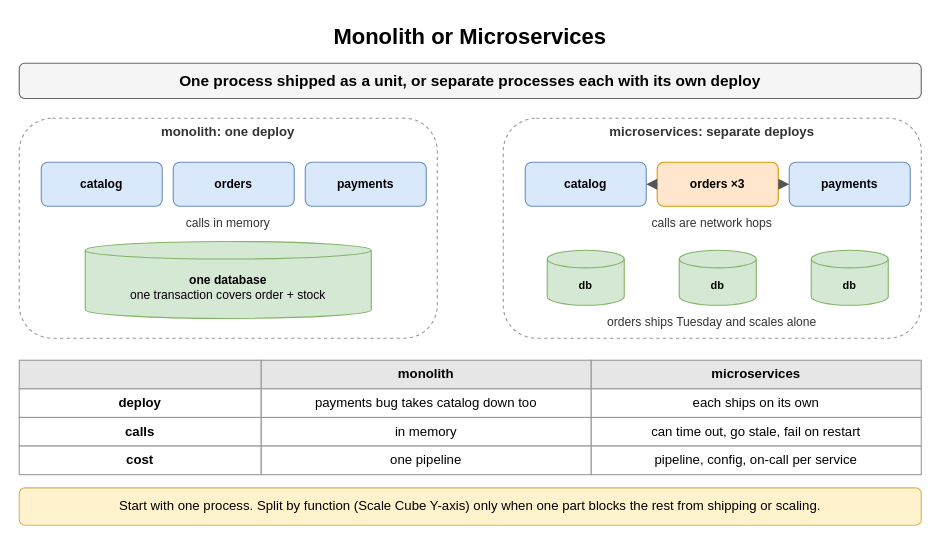
The draw.io diagram page "Monolith or Microservices" (1 of 9) of content/09_System_Design_Interview/12_Microservices_and_System_Decomposition/diagrams/microservices.drawio in amendez13/swe-study-guide, before the edit. Source tidied: cells renumbered, new cells numbered last; positions are measured from the earlier drawing's top-left corner, leaving out a move shared by most shapes. Both pictures are drawn from the tidied source at 110%, with x=0, y=0 at pixel (19, 19).
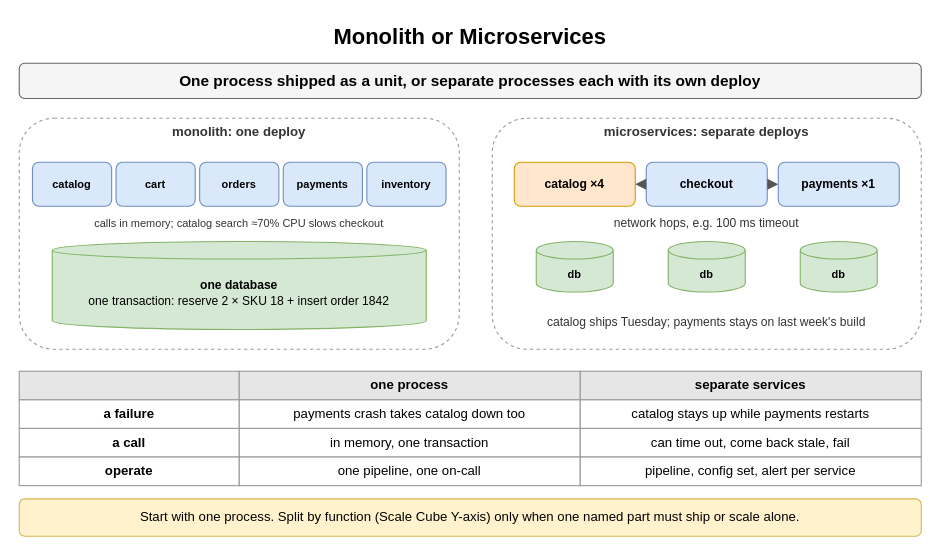
The same page after the edit.

Commit message (it also covers changes not shown here):
docs(sdi): redraw microservices diagrams to match the online-store cards

What changed in the source:
```diff
@@
     <mxCell id="4" style="rounded=1;whiteSpace=wrap;html=1;fillColor=#ffffff;strokeColor=#999999;dashed=1;" parent="1" vertex="1">
-      <mxGeometry y="90" width="380" height="200" as="geometry" />
+      <mxGeometry y="90" width="400" height="210" as="geometry" />
     </mxCell>
     <mxCell id="5" value="monolith: one deploy" style="text;html=1;whiteSpace=wrap;fontSize=11;align=center;verticalAlign=middle;fontSize=12;fontColor=#333333;fontStyle=1;" parent="1" vertex="1">
-      <mxGeometry y="94" width="380" height="18" as="geometry" />
+      <mxGeometry y="94" width="400" height="18" as="geometry" />
     </mxCell>
-    <mxCell id="6" value="catalog" style="rounded=1;whiteSpace=wrap;html=1;fillColor=#dae8fc;strokeColor=#6c8ebf;fontSize=11;align=center;fontStyle=1;" parent="1" vertex="1">
-      <mxGeometry x="20" y="130" width="110" height="40" as="geometry" />
+    <mxCell id="6" value="catalog" style="rounded=1;whiteSpace=wrap;html=1;fillColor=#dae8fc;strokeColor=#6c8ebf;fontSize=10;align=center;fontStyle=1;" parent="1" vertex="1">
+      <mxGeometry x="12" y="130" width="72" height="40" as="geometry" />
     </mxCell>
-    <mxCell id="7" value="orders" style="rounded=1;whiteSpace=wrap;html=1;fillColor=#dae8fc;strokeColor=#6c8ebf;fontSize=11;align=center;fontStyle=1;" parent="1" vertex="1">
-      <mxGeometry x="140" y="130" width="110" height="40" as="geometry" />
+    <mxCell id="7" value="cart" style="rounded=1;whiteSpace=wrap;html=1;fillColor=#dae8fc;strokeColor=#6c8ebf;fontSize=10;align=center;fontStyle=1;" parent="1" vertex="1">
+      <mxGeometry x="88" y="130" width="72" height="40" as="geometry" />
     </mxCell>
-    <mxCell id="8" value="payments" style="rounded=1;whiteSpace=wrap;html=1;fillColor=#dae8fc;strokeColor=#6c8ebf;fontSize=11;align=center;fontStyle=1;" parent="1" vertex="1">
-      <mxGeometry x="260" y="130" width="110" height="40" as="geometry" />
+    <mxCell id="8" value="orders" style="rounded=1;whiteSpace=wrap;html=1;fillColor=#dae8fc;strokeColor=#6c8ebf;fontSize=10;align=center;fontStyle=1;" parent="1" vertex="1">
+      <mxGeometry x="164" y="130" width="72" height="40" as="geometry" />
     </mxCell>
-    <mxCell id="9" value="calls in memory" style="text;html=1;whiteSpace=wrap;fontSize=11;align=center;verticalAlign=middle;fontSize=11;fontColor=#333333;" parent="1" vertex="1">
-      <mxGeometry x="20" y="176" width="340" height="18" as="geometry" />
+    <mxCell id="9" value="payments" style="rounded=1;whiteSpace=wrap;html=1;fillColor=#dae8fc;strokeColor=#6c8ebf;fontSize=10;align=center;fontStyle=1;" parent="1" vertex="1">
+      <mxGeometry x="240" y="130" width="72" height="40" as="geometry" />
     </mxCell>
-    <mxCell id="10" value="one database&lt;br&gt;&lt;span style='font-weight:normal'&gt;one transaction covers order + stock&lt;/span&gt;" style="shape=cylinder3;whiteSpace=wrap;html=1;boundedLbl=1;backgroundOutline=1;size=8;fillColor=#d5e8d4;strokeColor=#82b366;fontStyle=1;fontSize=11;" parent="1" vertex="1">
-      <mxGeometry x="60" y="202" width="260" height="70" as="geometry" />
+    <mxCell id="10" value="inventory" style="rounded=1;whiteSpace=wrap;html=1;fillColor=#dae8fc;strokeColor=#6c8ebf;fontSize=10;align=center;fontStyle=1;" parent="1" vertex="1">
+      <mxGeometry x="316" y="130" width="72" height="40" as="geometry" />
     </mxCell>
-    <mxCell id="11" style="rounded=1;whiteSpace=wrap;html=1;fillColor=#ffffff;strokeColor=#999999;dashed=1;" parent="1" vertex="1">
-      <mxGeometry x="440" y="90" width="380" height="200" as="geometry" />
+    <mxCell id="11" value="calls in memory; catalog search ≈70% CPU slows checkout" style="text;html=1;whiteSpace=wrap;fontSize=11;align=center;verticalAlign=middle;fontSize=10;fontColor=#333333;" parent="1" vertex="1">
+      <mxGeometry x="12" y="176" width="376" height="18" as="geometry" />
     </mxCell>
-    <mxCell id="12" value="microservices: separate deploys" style="text;html=1;whiteSpace=wrap;fontSize=11;align=center;verticalAlign=middle;fontSize=12;fontColor=#333333;fontStyle=1;" parent="1" vertex="1">
-      <mxGeometry x="440" y="94" width="380" height="18" as="geometry" />
+    <mxCell id="12" value="one database&lt;br&gt;&lt;span style='font-weight:normal'&gt;one transaction: reserve 2 × SKU 18 + insert order 1842&lt;/span&gt;" style="shape=cylinder3;whiteSpace=wrap;html=1;boundedLbl=1;backgroundOutline=1;size=8;fillColor=#d5e8d4;strokeColor=#82b366;fontStyle=1;fontSize=11;" parent="1" vertex="1">
+      <mxGeometry x="30" y="202" width="340" height="80" as="geometry" />
     </mxCell>
-    <mxCell id="13" value="catalog" style="rounded=1;whiteSpace=wrap;html=1;fillColor=#dae8fc;strokeColor=#6c8ebf;fontSize=11;align=center;fontStyle=1;" parent="1" vertex="1">
-      <mxGeometry x="460" y="130" width="110" height="40" as="geometry" />
+    <mxCell id="13" style="rounded=1;whiteSpace=wrap;html=1;fillColor=#ffffff;strokeColor=#999999;dashed=1;" parent="1" vertex="1">
+      <mxGeometry x="430" y="90" width="390" height="210" as="geometry" />
     </mxCell>
-    <mxCell id="14" value="orders ×3" style="rounded=1;whiteSpace=wrap;html=1;fillColor=#ffe6cc;strokeColor=#d79b00;fontSize=11;align=center;fontStyle=1;" parent="1" vertex="1">
-      <mxGeometry x="580" y="130" width="110" height="40" as="geometry" />
+    <mxCell id="14" value="microservices: separate deploys" style="text;html=1;whiteSpace=wrap;fontSize=11;align=center;verticalAlign=middle;fontSize=12;fontColor=#333333;fontStyle=1;" parent="1" vertex="1">
+      <mxGeometry x="430" y="94" width="390" height="18" as="geometry" />
     </mxCell>
-    <mxCell id="15" value="payments" style="rounded=1;whiteSpace=wrap;html=1;fillColor=#dae8fc;strokeColor=#6c8ebf;fontSize=11;align=center;fontStyle=1;" parent="1" vertex="1">
-      <mxGeometry x="700" y="130" width="110" height="40" as="geometry" />
+    <mxCell id="15" value="catalog ×4" style="rounded=1;whiteSpace=wrap;html=1;fillColor=#ffe6cc;strokeColor=#d79b00;fontSize=11;align=center;fontStyle=1;" parent="1" vertex="1">
+      <mxGeometry x="450" y="130" width="110" height="40" as="geometry" />
     </mxCell>
-    <mxCell id="16" style="endArrow=block;endSize=6;html=1;strokeWidth=1.5;strokeColor=#555555;fontSize=11;labelBackgroundColor=#ffffff;dashed=1;" parent="1" edge="1" source="14" target="13">
-      <mxGeometry relative="1" as="geometry" />
+    <mxCell id="16" value="checkout" style="rounded=1;whiteSpace=wrap;html=1;fillColor=#dae8fc;strokeColor=#6c8ebf;fontSize=11;align=center;fontStyle=1;" parent="1" vertex="1">
+      <mxGeometry x="570" y="130" width="110" height="40" as="geometry" />
     </mxCell>
-    <mxCell id="17" style="endArrow=block;endSize=6;html=1;strokeWidth=1.5;strokeColor=#555555;fontSize=11;labelBackgroundColor=#ffffff;dashed=1;" parent="1" edge="1" source="14" target="15">
-      <mxGeometry relative="1" as="geometry" />
+    <mxCell id="17" value="payments ×1" style="rounded=1;whiteSpace=wrap;html=1;fillColor=#dae8fc;strokeColor=#6c8ebf;fontSize=11;align=center;fontStyle=1;" parent="1" vertex="1">
+      <mxGeometry x="690" y="130" width="110" height="40" as="geometry" />
     </mxCell>
-    <mxCell id="18" value="calls are network hops" style="text;html=1;whiteSpace=wrap;fontSize=11;align=center;verticalAlign=middle;fontSize=11;fontColor=#333333;" parent="1" vertex="1">
-      <mxGeometry x="460" y="176" width="340" height="18" as="geometry" />
+    <mxCell id="18" style="endArrow=block;endSize=6;html=1;strokeWidth=1.5;strokeColor=#555555;fontSize=11;labelBackgroundColor=#ffffff;dashed=1;" parent="1" edge="1" source="16" target="15">
+      <mxGeometry relative="1" as="geometry" />
     </mxCell>
-    <mxCell id="19" value="db" style="shape=cylinder3;whiteSpace=wrap;html=1;boundedLbl=1;backgroundOutline=1;size=8;fillColor=#d5e8d4;strokeColor=#82b366;fontStyle=1;fontSize=10;" parent="1" vertex="1">
-      <mxGeometry x="480" y="210" width="70" height="50" as="geometry" />
+    <mxCell id="19" style="endArrow=block;endSize=6;html=1;strokeWidth=1.5;strokeColor=#555555;fontSize=11;labelBackgroundColor=#ffffff;dashed=1;" parent="1" edge="1" source="16" target="17">
+      <mxGeometry relative="1" as="geometry" />
     </mxCell>
-    <mxCell id="20" value="db" style="shape=cylinder3;whiteSpace=wrap;html=1;boundedLbl=1;backgroundOutline=1;size=8;fillColor=#d5e8d4;strokeColor=#82b366;fontStyle=1;fontSize=10;" parent="1" vertex="1">
-      <mxGeometry x="600" y="210" width="70" height="50" as="geometry" />
+    <mxCell id="20" value="network hops, e.g. 100 ms timeout" style="text;html=1;whiteSpace=wrap;fontSize=11;align=center;verticalAlign=middle;fontSize=11;fontColor=#333333;" parent="1" vertex="1">
+      <mxGeometry x="450" y="176" width="350" height="18" as="geometry" />
     </mxCell>
     <mxCell id="21" value="db" style="shape=cylinder3;whiteSpace=wrap;html=1;boundedLbl=1;backgroundOutline=1;size=8;fillColor=#d5e8d4;strokeColor=#82b366;fontStyle=1;fontSize=10;" parent="1" vertex="1">
-      <mxGeometry x="720" y="210" width="70" height="50" as="geometry" />
+      <mxGeometry x="470" y="202" width="70" height="46" as="geometry" />
     </mxCell>
-    <mxCell id="22" value="orders ships Tuesday and scales alone" style="text;html=1;whiteSpace=wrap;fontSize=11;align=center;verticalAlign=middle;fontSize=11;fontColor=#333333;" parent="1" vertex="1">
-      <mxGeometry x="460" y="266" width="340" height="18" as="geometry" />
+    <mxCell id="22" value="db" style="shape=cylinder3;whiteSpace=wrap;html=1;boundedLbl=1;backgroundOutline=1;size=8;fillColor=#d5e8d4;strokeColor=#82b366;fontStyle=1;fontSize=10;" parent="1" vertex="1">
+      <mxGeometry x="590" y="202" width="70" height="46" as="geometry" />
     </mxCell>
-    <mxCell id="23" style="whiteSpace=wrap;html=1;fillColor=#e6e6e6;strokeColor=#999999;fontStyle=1;fontSize=12;" parent="1" vertex="1">
-      <mxGeometry y="310" width="220" height="26" as="geometry" />
+    <mxCell id="23" value="db" style="shape=cylinder3;whiteSpace=wrap;html=1;boundedLbl=1;backgroundOutline=1;size=8;fillColor=#d5e8d4;strokeColor=#82b366;fontStyle=1;fontSize=10;" parent="1" vertex="1">
+      <mxGeometry x="710" y="202" width="70" height="46" as="geometry" />
     </mxCell>
-    <mxCell id="24" value="monolith" style="whiteSpace=wrap;html=1;fillColor=#e6e6e6;strokeColor=#999999;fontStyle=1;fontSize=12;" parent="1" vertex="1">
-      <mxGeometry x="220" y="310" width="300" height="26" as="geometry" />
+    <mxCell id="24" value="catalog ships Tuesday; payments stays on last week's build" style="text;html=1;whiteSpace=wrap;fontSize=11;align=center;verticalAlign=middle;fontSize=11;fontColor=#333333;" parent="1" vertex="1">
+      <mxGeometry x="440" y="260" width="370" height="30" as="geometry" />
     </mxCell>
-    <mxCell id="25" value="microservices" style="whiteSpace=wrap;html=1;fillColor=#e6e6e6;strokeColor=#999999;fontStyle=1;fontSize=12;" parent="1" vertex="1">
-      <mxGeometry x="520" y="310" width="300" height="26" as="geometry" />
+    <mxCell id="25" style="whiteSpace=wrap;html=1;fillColor=#e6e6e6;strokeColor=#999999;fontStyle=1;fontSize=12;" parent="1" vertex="1">
+      <mxGeometry y="320" width="200" height="26" as="geometry" />
     </mxCell>
-    <mxCell id="26" value="deploy" style="whiteSpace=wrap;html=1;strokeColor=#999999;fontSize=12;fillColor=#ffffff;fontStyle=1;" parent="1" vertex="1">
-      <mxGeometry y="336" width="220" height="26" as="geometry" />
+    <mxCell id="26" value="one process" style="whiteSpace=wrap;html=1;fillColor=#e6e6e6;strokeColor=#999999;fontStyle=1;fontSize=12;" parent="1" vertex="1">
+      <mxGeometry x="200" y="320" width="310" height="26" as="geometry" />
     </mxCell>
-    <mxCell id="27" value="payments bug takes catalog down too" style="whiteSpace=wrap;html=1;strokeColor=#999999;fontSize=12;fillColor=#ffffff;" parent="1" vertex="1">
-      <mxGeometry x="220" y="336" width="300" height="26" as="geometry" />
+    <mxCell id="27" value="separate services" style="whiteSpace=wrap;html=1;fillColor=#e6e6e6;strokeColor=#999999;fontStyle=1;fontSize=12;" parent="1" vertex="1">
+      <mxGeometry x="510" y="320" width="310" height="26" as="geometry" />
     </mxCell>
-    <mxCell id="28" value="each ships on its own" style="whiteSpace=wrap;html=1;strokeColor=#999999;fontSize=12;fillColor=#ffffff;" parent="1" vertex="1">
-      <mxGeometry x="520" y="336" width="300" height="26" as="geometry" />
+    <mxCell id="28" value="a failure" style="whiteSpace=wrap;html=1;strokeColor=#999999;fontSize=12;fillColor=#ffffff;fontStyle=1;" parent="1" vertex="1">
+      <mxGeometry y="346" width="200" height="26" as="geometry" />
     </mxCell>
-    <mxCell id="29" value="calls" style="whiteSpace=wrap;html=1;strokeColor=#999999;fontSize=12;fillColor=#ffffff;fontStyle=1;" parent="1" vertex="1">
-      <mxGeometry y="362" width="220" height="26" as="geometry" />
+    <mxCell id="29" value="payments crash takes catalog down too" style="whiteSpace=wrap;html=1;strokeColor=#999999;fontSize=12;fillColor=#ffffff;" parent="1" vertex="1">
+      <mxGeometry x="200" y="346" width="310" height="26" as="geometry" />
     </mxCell>
-    <mxCell id="30" value="in memory" style="whiteSpace=wrap;html=1;strokeColor=#999999;fontSize=12;fillColor=#ffffff;" parent="1" vertex="1">
-      <mxGeometry x="220" y="362" width="300" height="26" as="geometry" />
+    <mxCell id="30" value="catalog stays up while payments restarts" style="whiteSpace=wrap;html=1;strokeColor=#999999;fontSize=12;fillColor=#ffffff;" parent="1" vertex="1">
+      <mxGeometry x="510" y="346" width="310" height="26" as="geometry" />
     </mxCell>
-    <mxCell id="31" value="can time out, go stale, fail on restart" style="whiteSpace=wrap;html=1;strokeColor=#999999;fontSize=12;fillColor=#ffffff;" parent="1" vertex="1">
-      <mxGeometry x="520" y="362" width="300" height="26" as="geometry" />
+    <mxCell id="31" value="a call" style="whiteSpace=wrap;html=1;strokeColor=#999999;fontSize=12;fillColor=#ffffff;fontStyle=1;" parent="1" vertex="1">
+      <mxGeometry y="372" width="200" height="26" as="geometry" />
     </mxCell>
-    <mxCell id="32" value="cost" style="whiteSpace=wrap;html=1;strokeColor=#999999;fontSize=12;fillColor=#ffffff;fontStyle=1;" parent="1" vertex="1">
-      <mxGeometry y="388" width="220" height="26" as="geometry" />
+    <mxCell id="32" value="in memory, one transaction" style="whiteSpace=wrap;html=1;strokeColor=#999999;fontSize=12;fillColor=#ffffff;" parent="1" vertex="1">
+      <mxGeometry x="200" y="372" width="310" height="26" as="geometry" />
     </mxCell>
-    <mxCell id="33" value="one pipeline" style="whiteSpace=wrap;html=1;strokeColor=#999999;fontSize=12;fillColor=#ffffff;" parent="1" vertex="1">
-      <mxGeometry x="220" y="388" width="300" height="26" as="geometry" />
+    <mxCell id="33" value="can time out, come back stale, fail" style="whiteSpace=wrap;html=1;strokeColor=#999999;fontSize=12;fillColor=#ffffff;" parent="1" vertex="1">
+      <mxGeometry x="510" y="372" width="310" height="26" as="geometry" />
     </mxCell>
-    <mxCell id="34" value="pipeline, config, on-call per service" style="whiteSpace=wrap;html=1;strokeColor=#999999;fontSize=12;fillColor=#ffffff;" parent="1" vertex="1">
-      <mxGeometry x="520" y="388" width="300" height="26" as="geometry" />
+    <mxCell id="34" value="operate" style="whiteSpace=wrap;html=1;strokeColor=#999999;fontSize=12;fillColor=#ffffff;fontStyle=1;" parent="1" vertex="1">
+      <mxGeometry y="398" width="200" height="26" as="geometry" />
     </mxCell>
-    <mxCell id="35" value="Start with one process. Split by function (Scale Cube Y-axis) only when one part blocks the rest from shipping or scaling." style="rounded=1;whiteSpace=wrap;html=1;fillColor=#fff2cc;strokeColor=#d6b656;fontSize=12;align=center;" parent="1" vertex="1">
-      <mxGeometry y="426" width="820" height="34" as="geometry" />
+    <mxCell id="35" value="one pipeline, one on-call" style="whiteSpace=wrap;html=1;strokeColor=#999999;fontSize=12;fillColor=#ffffff;" parent="1" vertex="1">
+      <mxGeometry x="200" y="398" width="310" height="26" as="geometry" />
     </mxCell>
+    <mxCell id="36" value="pipeline, config set, alert per service" style="whiteSpace=wrap;html=1;strokeColor=#999999;fontSize=12;fillColor=#ffffff;" parent="1" vertex="1">
+      <mxGeometry x="510" y="398" width="310" height="26" as="geometry" />
+    </mxCell>
+    <mxCell id="37" value="Start with one process. Split by function (Scale Cube Y-axis) only when one named part must ship or scale alone." style="rounded=1;whiteSpace=wrap;html=1;fillColor=#fff2cc;strokeColor=#d6b656;fontSize=12;align=center;" parent="1" vertex="1">
+      <mxGeometry y="436" width="820" height="34" as="geometry" />
+    </mxCell>
```
